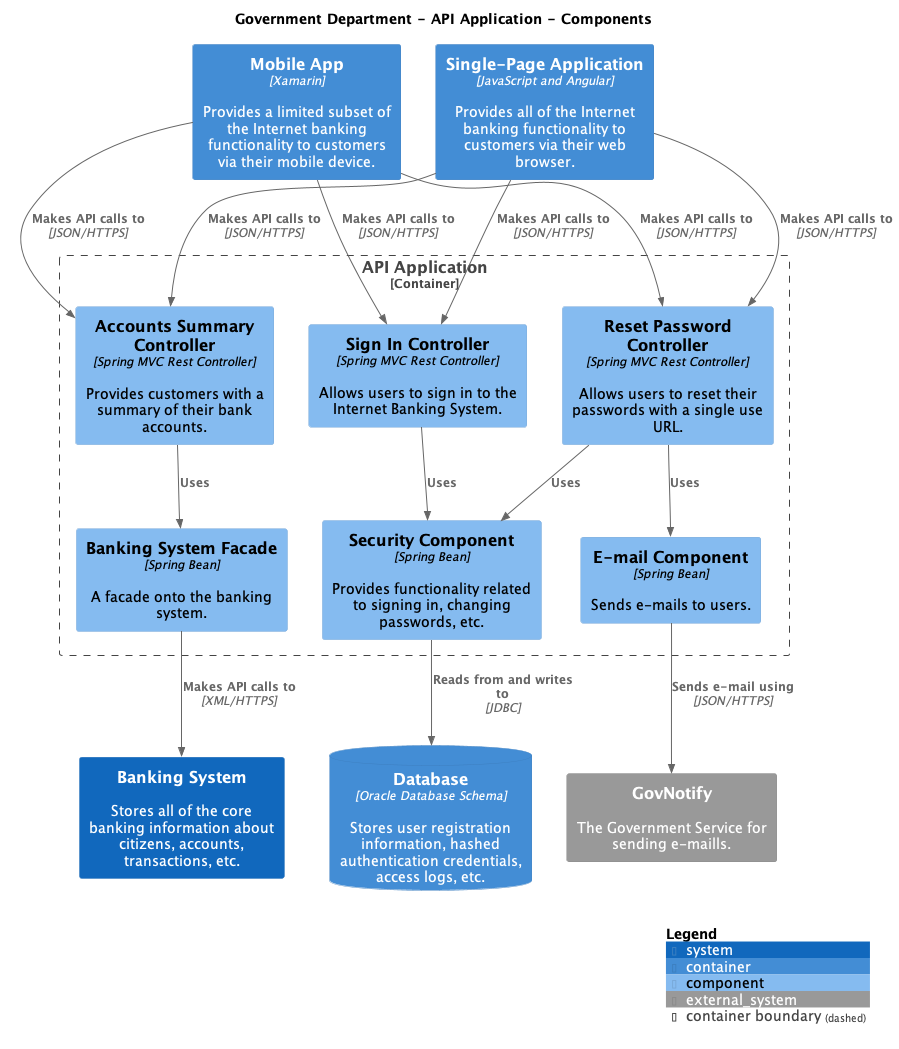
Above: main/png/Components.png in madetech/structurizr-template (PlantUML), before the change.
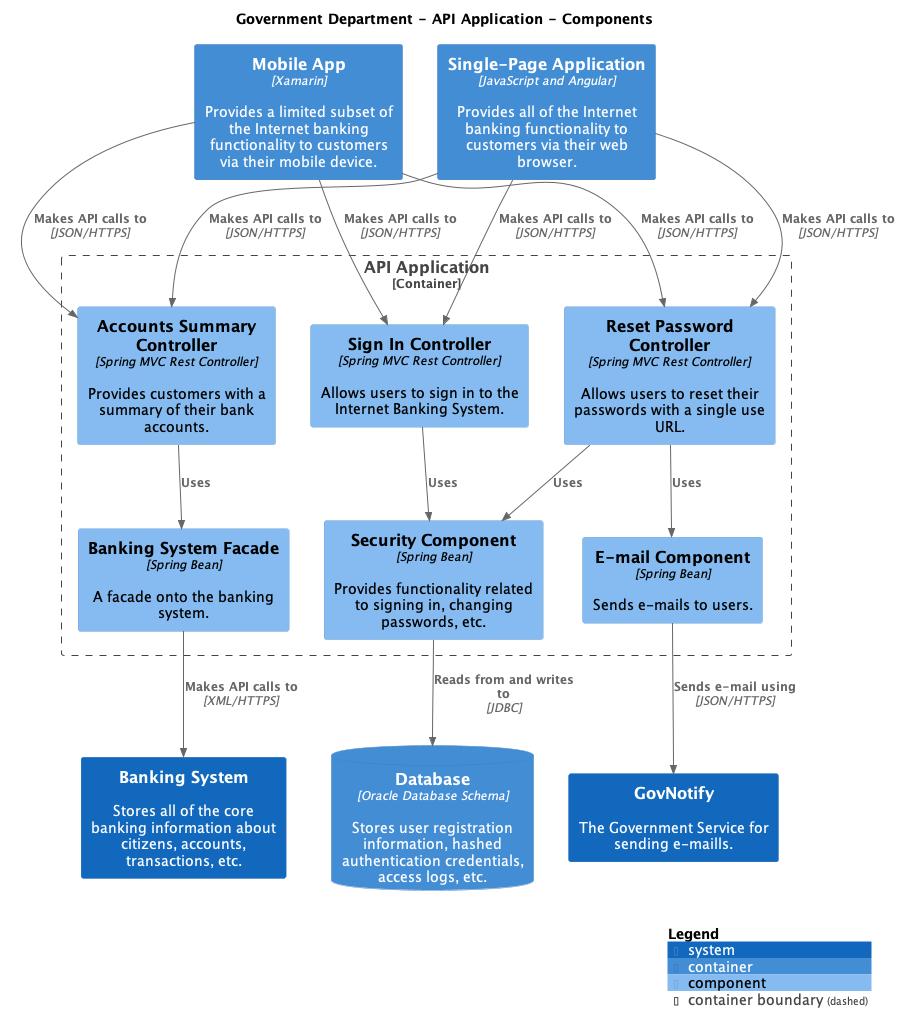
After the commit.

What changed in the source:
```diff
@@ -9,11 +9,11 @@
 !include <C4/C4_Container>
 !include <C4/C4_Component>
 
-System_Ext(GovNotify, "GovNotify", $descr="The Government Service for sending e-maills.", $tags="", $link="")
+System(GovNotify, "GovNotify", $descr="The Government Service for sending e-maills.", $tags="", $link="")
 System(BankingSystem, "Banking System", $descr="Stores all of the core banking information about citizens, accounts, transactions, etc.", $tags="", $link="")
-ContainerDb(GovernmentDepartment.Database, "Database", $techn="Oracle Database Schema", $descr="Stores user registration information, hashed authentication credentials, access logs, etc.", $tags="", $link="")
 Container(GovernmentDepartment.SinglePageApplication, "Single-Page Application", $techn="JavaScript and Angular", $descr="Provides all of the Internet banking functionality to customers via their web browser.", $tags="", $link="")
 Container(GovernmentDepartment.MobileApp, "Mobile App", $techn="Xamarin", $descr="Provides a limited subset of the Internet banking functionality to customers via their mobile device.", $tags="", $link="")
+ContainerDb(GovernmentDepartment.Database, "Database", $techn="Oracle Database Schema", $descr="Stores user registration information, hashed authentication credentials, access logs, etc.", $tags="", $link="")
 
 Container_Boundary("GovernmentDepartment.APIApplication_boundary", "API Application", $tags="") {
   Component(GovernmentDepartment.APIApplication.SignInController, "Sign In Controller", $techn="Spring MVC Rest Controller", $descr="Allows users to sign in to the Internet Banking System.", $tags="", $link="")
@@ -24,19 +24,19 @@
   Component(GovernmentDepartment.APIApplication.EmailComponent, "E-mail Component", $techn="Spring Bean", $descr="Sends e-mails to users.", $tags="", $link="")
 }
 
-Rel_D(GovernmentDepartment.SinglePageApplication, GovernmentDepartment.APIApplication.SignInController, "Makes API calls to", $techn="JSON/HTTPS", $tags="", $link="")
-Rel_D(GovernmentDepartment.SinglePageApplication, GovernmentDepartment.APIApplication.AccountsSummaryController, "Makes API calls to", $techn="JSON/HTTPS", $tags="", $link="")
-Rel_D(GovernmentDepartment.SinglePageApplication, GovernmentDepartment.APIApplication.ResetPasswordController, "Makes API calls to", $techn="JSON/HTTPS", $tags="", $link="")
-Rel_D(GovernmentDepartment.MobileApp, GovernmentDepartment.APIApplication.SignInController, "Makes API calls to", $techn="JSON/HTTPS", $tags="", $link="")
-Rel_D(GovernmentDepartment.MobileApp, GovernmentDepartment.APIApplication.AccountsSummaryController, "Makes API calls to", $techn="JSON/HTTPS", $tags="", $link="")
-Rel_D(GovernmentDepartment.MobileApp, GovernmentDepartment.APIApplication.ResetPasswordController, "Makes API calls to", $techn="JSON/HTTPS", $tags="", $link="")
-Rel_D(GovernmentDepartment.APIApplication.SignInController, GovernmentDepartment.APIApplication.SecurityComponent, "Uses", $techn="", $tags="", $link="")
-Rel_D(GovernmentDepartment.APIApplication.AccountsSummaryController, GovernmentDepartment.APIApplication.BankingSystemFacade, "Uses", $techn="", $tags="", $link="")
-Rel_D(GovernmentDepartment.APIApplication.ResetPasswordController, GovernmentDepartment.APIApplication.SecurityComponent, "Uses", $techn="", $tags="", $link="")
-Rel_D(GovernmentDepartment.APIApplication.ResetPasswordController, GovernmentDepartment.APIApplication.EmailComponent, "Uses", $techn="", $tags="", $link="")
-Rel_D(GovernmentDepartment.APIApplication.SecurityComponent, GovernmentDepartment.Database, "Reads from and writes to", $techn="JDBC", $tags="", $link="")
-Rel_D(GovernmentDepartment.APIApplication.BankingSystemFacade, BankingSystem, "Makes API calls to", $techn="XML/HTTPS", $tags="", $link="")
-Rel_D(GovernmentDepartment.APIApplication.EmailComponent, GovNotify, "Sends e-mail using", $techn="JSON/HTTPS", $tags="", $link="")
+Rel(GovernmentDepartment.SinglePageApplication, GovernmentDepartment.APIApplication.SignInController, "Makes API calls to", $techn="JSON/HTTPS", $tags="", $link="")
+Rel(GovernmentDepartment.SinglePageApplication, GovernmentDepartment.APIApplication.AccountsSummaryController, "Makes API calls to", $techn="JSON/HTTPS", $tags="", $link="")
+Rel(GovernmentDepartment.SinglePageApplication, GovernmentDepartment.APIApplication.ResetPasswordController, "Makes API calls to", $techn="JSON/HTTPS", $tags="", $link="")
+Rel(GovernmentDepartment.MobileApp, GovernmentDepartment.APIApplication.SignInController, "Makes API calls to", $techn="JSON/HTTPS", $tags="", $link="")
+Rel(GovernmentDepartment.MobileApp, GovernmentDepartment.APIApplication.AccountsSummaryController, "Makes API calls to", $techn="JSON/HTTPS", $tags="", $link="")
+Rel(GovernmentDepartment.MobileApp, GovernmentDepartment.APIApplication.ResetPasswordController, "Makes API calls to", $techn="JSON/HTTPS", $tags="", $link="")
+Rel(GovernmentDepartment.APIApplication.SignInController, GovernmentDepartment.APIApplication.SecurityComponent, "Uses", $techn="", $tags="", $link="")
+Rel(GovernmentDepartment.APIApplication.AccountsSummaryController, GovernmentDepartment.APIApplication.BankingSystemFacade, "Uses", $techn="", $tags="", $link="")
+Rel(GovernmentDepartment.APIApplication.ResetPasswordController, GovernmentDepartment.APIApplication.SecurityComponent, "Uses", $techn="", $tags="", $link="")
+Rel(GovernmentDepartment.APIApplication.ResetPasswordController, GovernmentDepartment.APIApplication.EmailComponent, "Uses", $techn="", $tags="", $link="")
+Rel(GovernmentDepartment.APIApplication.SecurityComponent, GovernmentDepartment.Database, "Reads from and writes to", $techn="JDBC", $tags="", $link="")
+Rel(GovernmentDepartment.APIApplication.BankingSystemFacade, BankingSystem, "Makes API calls to", $techn="XML/HTTPS", $tags="", $link="")
+Rel(GovernmentDepartment.APIApplication.EmailComponent, GovNotify, "Sends e-mail using", $techn="JSON/HTTPS", $tags="", $link="")
 
 SHOW_LEGEND(true)
 @enduml
```
